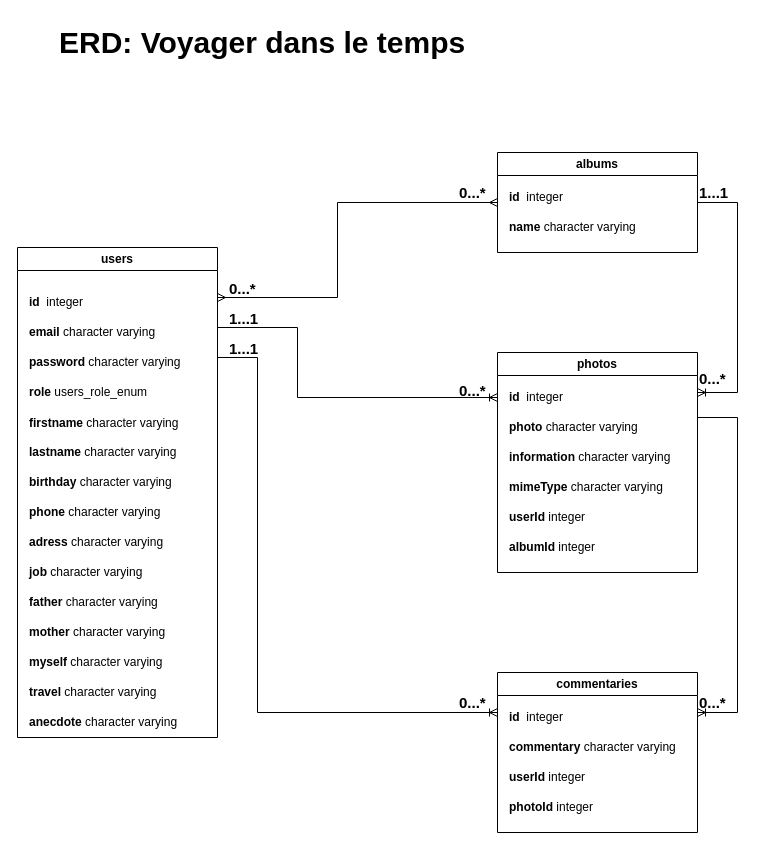
Above: ERD_tables/Diagramme sans nom.drawio in sandrine-proenca/Voyager_dans_le_temps (draw.io), before the change. Source tidied: cells renumbered, new cells numbered last; positions are measured from the earlier drawing's top-left corner, leaving out a move shared by most shapes. Both pictures are drawn from the tidied source at 100%, with x=0, y=0 at pixel (17, 17).
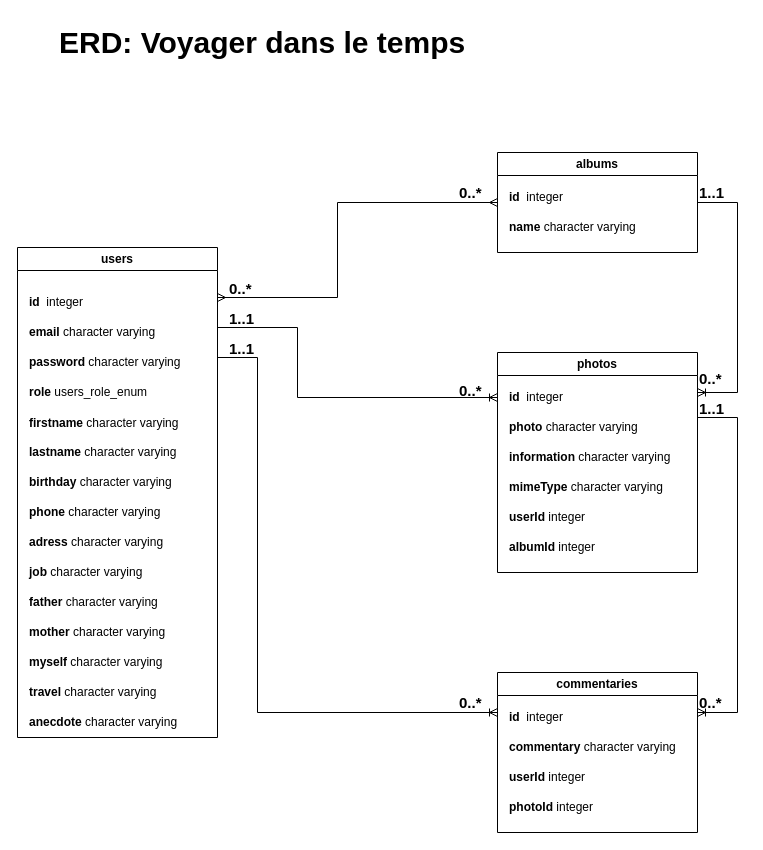
After the change.

Commit message:
Mettre à jour Diagramme sans nom.drawio

The edit, as a diff of the source:
```diff
@@
-    <mxCell id="38" value="&lt;b&gt;&lt;font style=&quot;font-size: 15px;&quot;&gt;0...*&lt;/font&gt;&lt;/b&gt;" style="text;html=1;strokeColor=none;fillColor=none;align=left;verticalAlign=middle;whiteSpace=wrap;rounded=0;" parent="1" vertex="1">
+    <mxCell id="38" value="&lt;b&gt;&lt;font style=&quot;font-size: 15px;&quot;&gt;0..*&lt;/font&gt;&lt;/b&gt;" style="text;html=1;strokeColor=none;fillColor=none;align=left;verticalAlign=middle;whiteSpace=wrap;rounded=0;" parent="1" vertex="1">
       <mxGeometry x="210" y="256" width="40" height="30" as="geometry" />
     </mxCell>
-    <mxCell id="39" value="&lt;b&gt;&lt;font style=&quot;font-size: 15px;&quot;&gt;0...*&lt;/font&gt;&lt;/b&gt;" style="text;html=1;strokeColor=none;fillColor=none;align=left;verticalAlign=middle;whiteSpace=wrap;rounded=0;" parent="1" vertex="1">
+    <mxCell id="39" value="&lt;b&gt;&lt;font style=&quot;font-size: 15px;&quot;&gt;0..*&lt;/font&gt;&lt;/b&gt;" style="text;html=1;strokeColor=none;fillColor=none;align=left;verticalAlign=middle;whiteSpace=wrap;rounded=0;" parent="1" vertex="1">
       <mxGeometry x="440" y="160" width="40" height="30" as="geometry" />
     </mxCell>
-    <mxCell id="40" value="&lt;b&gt;&lt;font style=&quot;font-size: 15px;&quot;&gt;1...1&lt;/font&gt;&lt;/b&gt;" style="text;html=1;strokeColor=none;fillColor=none;align=left;verticalAlign=middle;whiteSpace=wrap;rounded=0;" parent="1" vertex="1">
+    <mxCell id="40" value="&lt;b&gt;&lt;font style=&quot;font-size: 15px;&quot;&gt;1..1&lt;/font&gt;&lt;/b&gt;" style="text;html=1;strokeColor=none;fillColor=none;align=left;verticalAlign=middle;whiteSpace=wrap;rounded=0;" parent="1" vertex="1">
       <mxGeometry x="210" y="286" width="40" height="30" as="geometry" />
     </mxCell>
-    <mxCell id="41" value="&lt;b&gt;&lt;font style=&quot;font-size: 15px;&quot;&gt;0...*&lt;/font&gt;&lt;/b&gt;" style="text;html=1;strokeColor=none;fillColor=none;align=left;verticalAlign=middle;whiteSpace=wrap;rounded=0;" parent="1" vertex="1">
+    <mxCell id="41" value="&lt;b&gt;&lt;font style=&quot;font-size: 15px;&quot;&gt;0..*&lt;/font&gt;&lt;/b&gt;" style="text;html=1;strokeColor=none;fillColor=none;align=left;verticalAlign=middle;whiteSpace=wrap;rounded=0;" parent="1" vertex="1">
       <mxGeometry x="440" y="358" width="40" height="30" as="geometry" />
     </mxCell>
-    <mxCell id="42" value="&lt;b&gt;&lt;font style=&quot;font-size: 15px;&quot;&gt;1...1&lt;/font&gt;&lt;/b&gt;" style="text;html=1;strokeColor=none;fillColor=none;align=left;verticalAlign=middle;whiteSpace=wrap;rounded=0;" parent="1" vertex="1">
+    <mxCell id="42" value="&lt;b&gt;&lt;font style=&quot;font-size: 15px;&quot;&gt;1..1&lt;/font&gt;&lt;/b&gt;" style="text;html=1;strokeColor=none;fillColor=none;align=left;verticalAlign=middle;whiteSpace=wrap;rounded=0;" parent="1" vertex="1">
       <mxGeometry x="210" y="316" width="40" height="30" as="geometry" />
     </mxCell>
-    <mxCell id="43" value="&lt;b&gt;&lt;font style=&quot;font-size: 15px;&quot;&gt;0...*&lt;/font&gt;&lt;/b&gt;" style="text;html=1;strokeColor=none;fillColor=none;align=left;verticalAlign=middle;whiteSpace=wrap;rounded=0;" parent="1" vertex="1">
+    <mxCell id="43" value="&lt;b&gt;&lt;font style=&quot;font-size: 15px;&quot;&gt;0..*&lt;/font&gt;&lt;/b&gt;" style="text;html=1;strokeColor=none;fillColor=none;align=left;verticalAlign=middle;whiteSpace=wrap;rounded=0;" parent="1" vertex="1">
       <mxGeometry x="440" y="670" width="40" height="30" as="geometry" />
     </mxCell>
-    <mxCell id="44" value="&lt;b&gt;&lt;font style=&quot;font-size: 15px;&quot;&gt;0...*&lt;/font&gt;&lt;/b&gt;" style="text;html=1;strokeColor=none;fillColor=none;align=left;verticalAlign=middle;whiteSpace=wrap;rounded=0;" parent="1" vertex="1">
+    <mxCell id="44" value="&lt;b&gt;&lt;font style=&quot;font-size: 15px;&quot;&gt;0..*&lt;/font&gt;&lt;/b&gt;" style="text;html=1;strokeColor=none;fillColor=none;align=left;verticalAlign=middle;whiteSpace=wrap;rounded=0;" parent="1" vertex="1">
       <mxGeometry x="680" y="346" width="40" height="30" as="geometry" />
     </mxCell>
-    <mxCell id="45" value="&lt;b&gt;&lt;font style=&quot;font-size: 15px;&quot;&gt;0...*&lt;/font&gt;&lt;/b&gt;" style="text;html=1;strokeColor=none;fillColor=none;align=left;verticalAlign=middle;whiteSpace=wrap;rounded=0;" parent="1" vertex="1">
+    <mxCell id="45" value="&lt;b&gt;&lt;font style=&quot;font-size: 15px;&quot;&gt;0..*&lt;/font&gt;&lt;/b&gt;" style="text;html=1;strokeColor=none;fillColor=none;align=left;verticalAlign=middle;whiteSpace=wrap;rounded=0;" parent="1" vertex="1">
       <mxGeometry x="680" y="670" width="40" height="30" as="geometry" />
     </mxCell>
-    <mxCell id="46" value="&lt;b&gt;&lt;font style=&quot;font-size: 15px;&quot;&gt;1...1&lt;/font&gt;&lt;/b&gt;" style="text;html=1;strokeColor=none;fillColor=none;align=left;verticalAlign=middle;whiteSpace=wrap;rounded=0;" parent="1" vertex="1">
+    <mxCell id="46" value="&lt;b&gt;&lt;font style=&quot;font-size: 15px;&quot;&gt;1..1&lt;/font&gt;&lt;/b&gt;" style="text;html=1;strokeColor=none;fillColor=none;align=left;verticalAlign=middle;whiteSpace=wrap;rounded=0;" parent="1" vertex="1">
       <mxGeometry x="680" y="160" width="40" height="30" as="geometry" />
     </mxCell>
@@
+    <mxCell id="48" value="&lt;b&gt;&lt;font style=&quot;font-size: 15px;&quot;&gt;1..1&lt;/font&gt;&lt;/b&gt;" style="text;html=1;strokeColor=none;fillColor=none;align=left;verticalAlign=middle;whiteSpace=wrap;rounded=0;" parent="1" vertex="1">
+      <mxGeometry x="680" y="376" width="40" height="30" as="geometry" />
+    </mxCell>
```
